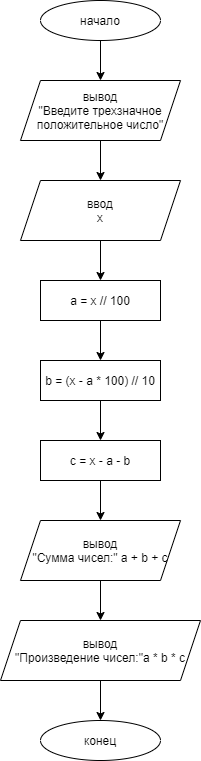
Earlier version of the draw.io export homeworks/task_1.png (sgb128/python_SVKachkalda). Source tidied: cells renumbered, new cells last; positions are measured from the earlier drawing's top-left corner, leaving out a move shared by most shapes. Its diagram source:
```xml
<mxGraphModel background="#ffffff">
  <root>
    <mxCell id="0" />
    <mxCell id="1" parent="0" />
    <mxCell id="2" style="edgeStyle=orthogonalEdgeStyle;rounded=0;jettySize=auto;html=1;exitX=0.5;exitY=1;exitDx=0;exitDy=0;entryX=0.5;entryY=0;entryDx=0;entryDy=0;" parent="1" edge="1" source="3" target="5">
      <mxGeometry relative="1" as="geometry" />
    </mxCell>
    <mxCell id="3" value="начало" style="ellipse;whiteSpace=wrap;html=1;" parent="1" vertex="1">
      <mxGeometry x="40" width="120" height="40" as="geometry" />
    </mxCell>
    <mxCell id="4" style="edgeStyle=orthogonalEdgeStyle;rounded=0;jettySize=auto;html=1;exitX=0.5;exitY=1;exitDx=0;exitDy=0;entryX=0.5;entryY=0;entryDx=0;entryDy=0;" parent="1" edge="1" source="5" target="7">
      <mxGeometry relative="1" as="geometry" />
    </mxCell>
    <mxCell id="5" value="вывод&lt;br&gt;&quot;Введите трехзначное положительное число&quot;" style="shape=parallelogram;perimeter=parallelogramPerimeter;whiteSpace=wrap;html=1;fixedSize=1;" parent="1" vertex="1">
      <mxGeometry x="20" y="80" width="160" height="60" as="geometry" />
    </mxCell>
    <mxCell id="6" style="edgeStyle=orthogonalEdgeStyle;rounded=0;jettySize=auto;html=1;exitX=0.5;exitY=1;exitDx=0;exitDy=0;entryX=0.5;entryY=0;entryDx=0;entryDy=0;" parent="1" edge="1" source="7" target="9">
      <mxGeometry relative="1" as="geometry" />
    </mxCell>
    <mxCell id="7" value="ввод&lt;br&gt;x" style="shape=parallelogram;perimeter=parallelogramPerimeter;whiteSpace=wrap;html=1;fixedSize=1;" parent="1" vertex="1">
      <mxGeometry x="20" y="180" width="160" height="60" as="geometry" />
    </mxCell>
    <mxCell id="8" style="edgeStyle=orthogonalEdgeStyle;rounded=0;jettySize=auto;html=1;exitX=0.5;exitY=1;exitDx=0;exitDy=0;entryX=0.5;entryY=0;entryDx=0;entryDy=0;" parent="1" edge="1" source="9" target="11">
      <mxGeometry relative="1" as="geometry" />
    </mxCell>
    <mxCell id="9" value="a = x // 100" style="rounded=0;whiteSpace=wrap;html=1;" parent="1" vertex="1">
      <mxGeometry x="40" y="280" width="120" height="40" as="geometry" />
    </mxCell>
    <mxCell id="10" style="edgeStyle=orthogonalEdgeStyle;rounded=0;jettySize=auto;html=1;exitX=0.5;exitY=1;exitDx=0;exitDy=0;entryX=0.5;entryY=0;entryDx=0;entryDy=0;" parent="1" edge="1" source="11" target="13">
      <mxGeometry relative="1" as="geometry" />
    </mxCell>
    <mxCell id="11" value="b = (x - a * 100) // 10" style="rounded=0;whiteSpace=wrap;html=1;" parent="1" vertex="1">
      <mxGeometry x="40" y="360" width="120" height="40" as="geometry" />
    </mxCell>
    <mxCell id="12" style="edgeStyle=orthogonalEdgeStyle;rounded=0;jettySize=auto;html=1;exitX=0.5;exitY=1;exitDx=0;exitDy=0;entryX=0.5;entryY=0;entryDx=0;entryDy=0;" parent="1" edge="1" source="13" target="15">
      <mxGeometry relative="1" as="geometry" />
    </mxCell>
    <mxCell id="13" value="c = x - a - b" style="rounded=0;whiteSpace=wrap;html=1;" parent="1" vertex="1">
      <mxGeometry x="40" y="440" width="120" height="40" as="geometry" />
    </mxCell>
    <mxCell id="14" style="edgeStyle=orthogonalEdgeStyle;rounded=0;jettySize=auto;html=1;exitX=0.5;exitY=1;exitDx=0;exitDy=0;entryX=0.5;entryY=0;entryDx=0;entryDy=0;" parent="1" edge="1" source="15" target="17">
      <mxGeometry relative="1" as="geometry" />
    </mxCell>
    <mxCell id="15" value="вывод&lt;br&gt;&quot;Сумма чисел:&quot; a + b + c" style="shape=parallelogram;perimeter=parallelogramPerimeter;whiteSpace=wrap;html=1;fixedSize=1;" parent="1" vertex="1">
      <mxGeometry x="20" y="520" width="160" height="60" as="geometry" />
    </mxCell>
    <mxCell id="16" style="edgeStyle=orthogonalEdgeStyle;rounded=0;jettySize=auto;html=1;exitX=0.5;exitY=1;exitDx=0;exitDy=0;entryX=0.5;entryY=0;entryDx=0;entryDy=0;" parent="1" edge="1" source="17" target="18">
      <mxGeometry relative="1" as="geometry" />
    </mxCell>
    <mxCell id="17" value="вывод&lt;br&gt;&quot;Произведение чисел:&quot;a * b * c" style="shape=parallelogram;perimeter=parallelogramPerimeter;whiteSpace=wrap;html=1;fixedSize=1;" parent="1" vertex="1">
      <mxGeometry y="620" width="200" height="60" as="geometry" />
    </mxCell>
    <mxCell id="18" value="конец" style="ellipse;whiteSpace=wrap;html=1;" parent="1" vertex="1">
      <mxGeometry x="40" y="720" width="120" height="40" as="geometry" />
    </mxCell>
  </root>
</mxGraphModel>
```
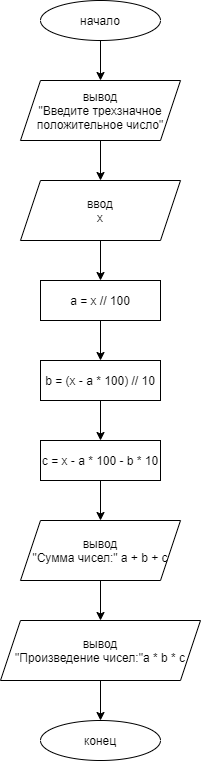
The same file after the commit.

Diff of the diagram source:
```diff
@@ -35,7 +35,7 @@
     <mxCell id="12" style="edgeStyle=orthogonalEdgeStyle;rounded=0;jettySize=auto;html=1;exitX=0.5;exitY=1;exitDx=0;exitDy=0;entryX=0.5;entryY=0;entryDx=0;entryDy=0;" parent="1" edge="1" source="13" target="15">
       <mxGeometry relative="1" as="geometry" />
     </mxCell>
-    <mxCell id="13" value="c = x - a - b" style="rounded=0;whiteSpace=wrap;html=1;" parent="1" vertex="1">
+    <mxCell id="13" value="c = x - a * 100 - b * 10" style="rounded=0;whiteSpace=wrap;html=1;" parent="1" vertex="1">
       <mxGeometry x="40" y="440" width="120" height="40" as="geometry" />
     </mxCell>
     <mxCell id="14" style="edgeStyle=orthogonalEdgeStyle;rounded=0;jettySize=auto;html=1;exitX=0.5;exitY=1;exitDx=0;exitDy=0;entryX=0.5;entryY=0;entryDx=0;entryDy=0;" parent="1" edge="1" source="15" target="17">
```
